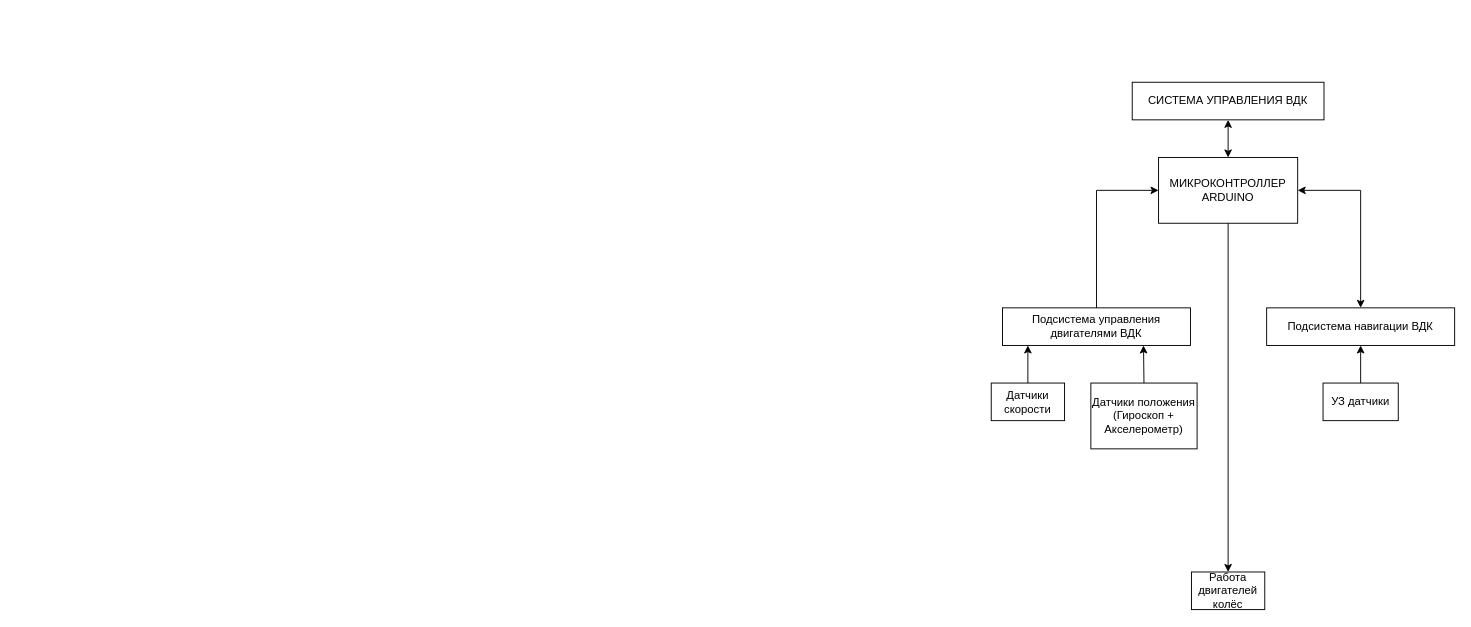
Above: Наработки/Структурная Схема.drawio in AlexRussellGit/VKR---Russell-Alexander (draw.io), before the change. Source tidied: cells renumbered, new cells numbered last; positions are measured from the earlier drawing's top-left corner, leaving out a move shared by most shapes. Both pictures are drawn from the tidied source at 94%, with x=0, y=0 at pixel (991, 82).
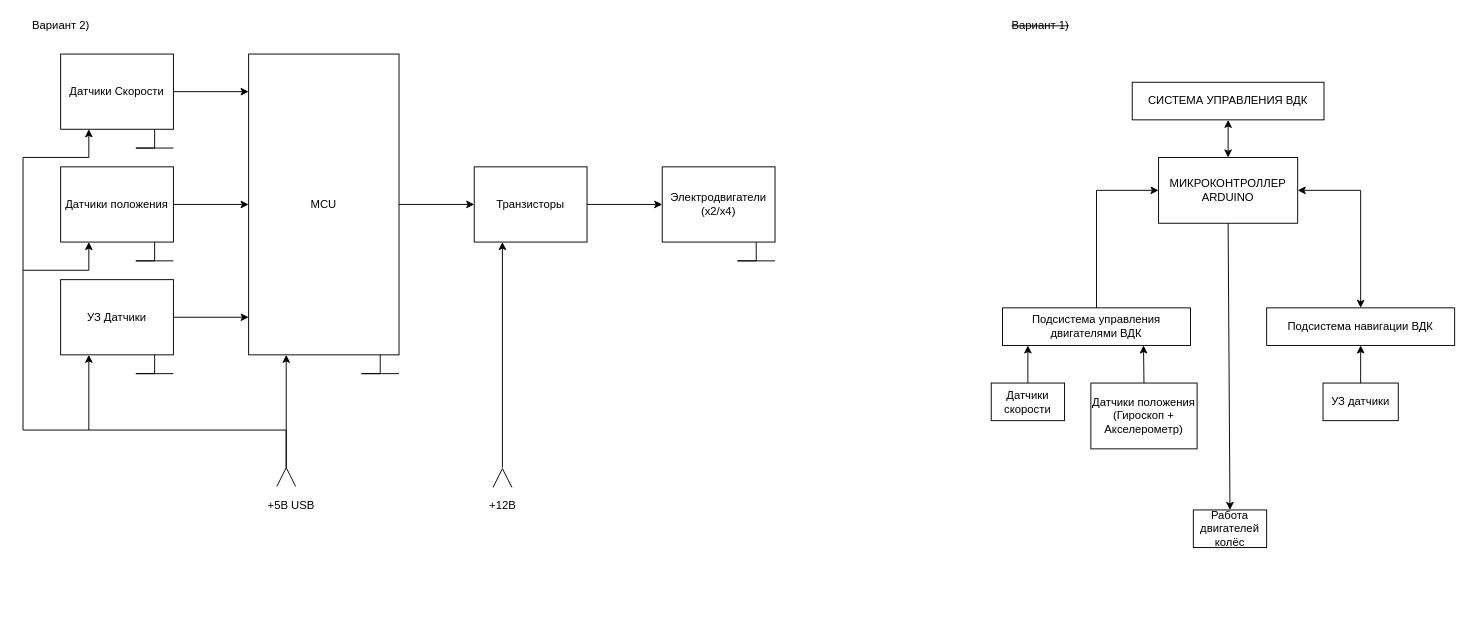
Above is the later version.

What changed in the source:
```diff
@@
     <mxCell id="9" value="Работа двигателей колёс" style="rounded=0;whiteSpace=wrap;html=1;" parent="1" vertex="1">
-      <mxGeometry x="213" y="521" width="78" height="40" as="geometry" />
+      <mxGeometry x="215" y="455" width="78" height="40" as="geometry" />
     </mxCell>
@@
+    <mxCell id="17" value="MCU" style="rounded=0;whiteSpace=wrap;html=1;" parent="1" vertex="1">
+      <mxGeometry x="-790" y="-30" width="160" height="320" as="geometry" />
+    </mxCell>
+    <mxCell id="18" value="Датчики Скорости" style="rounded=0;whiteSpace=wrap;html=1;" parent="1" vertex="1">
+      <mxGeometry x="-990" y="-30" width="120" height="80" as="geometry" />
+    </mxCell>
+    <mxCell id="19" value="Датчики положения" style="rounded=0;whiteSpace=wrap;html=1;" parent="1" vertex="1">
+      <mxGeometry x="-990" y="90" width="120" height="80" as="geometry" />
+    </mxCell>
+    <mxCell id="20" value="УЗ Датчики" style="rounded=0;whiteSpace=wrap;html=1;" parent="1" vertex="1">
+      <mxGeometry x="-990" y="210" width="120" height="80" as="geometry" />
+    </mxCell>
+    <mxCell id="21" style="endArrow=classic;html=1;rounded=0;exitX=1;exitY=0.5;exitDx=0;exitDy=0;" parent="1" edge="1" source="18">
+      <mxGeometry relative="1" as="geometry">
+        <mxPoint x="-790" y="10" as="targetPoint" />
+      </mxGeometry>
+    </mxCell>
+    <mxCell id="22" style="endArrow=classic;html=1;rounded=0;exitX=1;exitY=0.5;exitDx=0;exitDy=0;entryX=0;entryY=0.5;entryDx=0;entryDy=0;" parent="1" edge="1" source="19" target="17">
+      <mxGeometry relative="1" as="geometry" />
+    </mxCell>
+    <mxCell id="23" style="endArrow=classic;html=1;rounded=0;exitX=1;exitY=0.5;exitDx=0;exitDy=0;" parent="1" edge="1" source="20">
+      <mxGeometry relative="1" as="geometry">
+        <mxPoint x="-790" y="250" as="targetPoint" />
+      </mxGeometry>
+    </mxCell>
+    <mxCell id="24" value="Транзисторы" style="rounded=0;whiteSpace=wrap;html=1;" parent="1" vertex="1">
+      <mxGeometry x="-550" y="90" width="120" height="80" as="geometry" />
+    </mxCell>
+    <mxCell id="25" style="endArrow=classic;html=1;rounded=0;entryX=0;entryY=0.5;entryDx=0;entryDy=0;exitX=1;exitY=0.5;exitDx=0;exitDy=0;" parent="1" edge="1" source="17" target="24">
+      <mxGeometry relative="1" as="geometry" />
+    </mxCell>
+    <mxCell id="26" value="Электродвигатели &lt;br&gt;(x2/x4)" style="rounded=0;whiteSpace=wrap;html=1;" parent="1" vertex="1">
+      <mxGeometry x="-350" y="90" width="120" height="80" as="geometry" />
+    </mxCell>
+    <mxCell id="27" style="endArrow=classic;html=1;rounded=0;entryX=0;entryY=0.5;entryDx=0;entryDy=0;exitX=1;exitY=0.5;exitDx=0;exitDy=0;" parent="1" edge="1" source="24" target="26">
+      <mxGeometry relative="1" as="geometry" />
+    </mxCell>
+    <mxCell id="28" style="endArrow=none;html=1;rounded=0;entryX=0.25;entryY=1;entryDx=0;entryDy=0;" parent="1" edge="1">
+      <mxGeometry relative="1" as="geometry">
+        <mxPoint x="-870" y="190" as="sourcePoint" />
+        <mxPoint x="-890" y="170" as="targetPoint" />
+        <Array as="points">
+          <mxPoint x="-910" y="190" />
+          <mxPoint x="-890" y="190" />
+        </Array>
+      </mxGeometry>
+    </mxCell>
+    <mxCell id="29" style="endArrow=none;html=1;rounded=0;entryX=0.25;entryY=1;entryDx=0;entryDy=0;" parent="1" edge="1">
+      <mxGeometry relative="1" as="geometry">
+        <mxPoint x="-870" y="310" as="sourcePoint" />
+        <mxPoint x="-890" y="290" as="targetPoint" />
+        <Array as="points">
+          <mxPoint x="-910" y="310" />
+          <mxPoint x="-890" y="310" />
+        </Array>
+      </mxGeometry>
+    </mxCell>
+    <mxCell id="30" style="endArrow=none;html=1;rounded=0;entryX=0.25;entryY=1;entryDx=0;entryDy=0;" parent="1" edge="1">
+      <mxGeometry relative="1" as="geometry">
+        <mxPoint x="-870" y="70" as="sourcePoint" />
+        <mxPoint x="-890" y="50" as="targetPoint" />
+        <Array as="points">
+          <mxPoint x="-910" y="70" />
+          <mxPoint x="-890" y="70" />
+        </Array>
+      </mxGeometry>
+    </mxCell>
+    <mxCell id="31" style="endArrow=none;html=1;rounded=0;entryX=0.25;entryY=1;entryDx=0;entryDy=0;" parent="1" edge="1">
+      <mxGeometry relative="1" as="geometry">
+        <mxPoint x="-630" y="310" as="sourcePoint" />
+        <mxPoint x="-650" y="290" as="targetPoint" />
+        <Array as="points">
+          <mxPoint x="-670" y="310" />
+          <mxPoint x="-650" y="310" />
+        </Array>
+      </mxGeometry>
+    </mxCell>
+    <mxCell id="32" style="endArrow=none;html=1;rounded=0;entryX=0.25;entryY=1;entryDx=0;entryDy=0;" parent="1" edge="1">
+      <mxGeometry relative="1" as="geometry">
+        <mxPoint x="-230" y="190" as="sourcePoint" />
+        <mxPoint x="-250" y="170" as="targetPoint" />
+        <Array as="points">
+          <mxPoint x="-270" y="190" />
+          <mxPoint x="-250" y="190" />
+        </Array>
+      </mxGeometry>
+    </mxCell>
+    <mxCell id="33" style="endArrow=classic;html=1;rounded=0;entryX=0.25;entryY=1;entryDx=0;entryDy=0;" parent="1" edge="1" target="20">
+      <mxGeometry relative="1" as="geometry">
+        <mxPoint x="-750" y="410" as="sourcePoint" />
+        <Array as="points">
+          <mxPoint x="-750" y="370" />
+          <mxPoint x="-960" y="370" />
+        </Array>
+      </mxGeometry>
+    </mxCell>
+    <mxCell id="34" style="endArrow=classic;html=1;rounded=0;entryX=0.25;entryY=1;entryDx=0;entryDy=0;" parent="1" edge="1" target="19">
+      <mxGeometry relative="1" as="geometry">
+        <mxPoint x="-960" y="370" as="sourcePoint" />
+        <Array as="points">
+          <mxPoint x="-1030" y="370" />
+          <mxPoint x="-1030" y="200" />
+          <mxPoint x="-960" y="200" />
+        </Array>
+      </mxGeometry>
+    </mxCell>
+    <mxCell id="35" style="endArrow=classic;html=1;rounded=0;entryX=0.25;entryY=1;entryDx=0;entryDy=0;" parent="1" edge="1">
+      <mxGeometry relative="1" as="geometry">
+        <mxPoint x="-1030" y="200" as="sourcePoint" />
+        <mxPoint x="-960" y="50" as="targetPoint" />
+        <Array as="points">
+          <mxPoint x="-1030" y="200" />
+          <mxPoint x="-1030" y="80" />
+          <mxPoint x="-960" y="80" />
+        </Array>
+      </mxGeometry>
+    </mxCell>
+    <mxCell id="36" style="endArrow=classic;html=1;rounded=0;entryX=0.25;entryY=1;entryDx=0;entryDy=0;" parent="1" edge="1" target="17">
+      <mxGeometry relative="1" as="geometry">
+        <mxPoint x="-750" y="410" as="sourcePoint" />
+      </mxGeometry>
+    </mxCell>
+    <mxCell id="37" style="endArrow=none;html=1;rounded=0;" parent="1" edge="1">
+      <mxGeometry relative="1" as="geometry">
+        <mxPoint x="-760" y="430" as="sourcePoint" />
+        <mxPoint x="-740" y="430" as="targetPoint" />
+        <Array as="points">
+          <mxPoint x="-750" y="410" />
+        </Array>
+      </mxGeometry>
+    </mxCell>
+    <mxCell id="38" value="+5В USB" style="text;html=1;align=center;verticalAlign=middle;strokeColor=none;fillColor=none;" parent="1" vertex="1">
+      <mxGeometry x="-780" y="440" width="70" height="20" as="geometry" />
+    </mxCell>
+    <mxCell id="39" value="+12В" style="text;html=1;align=center;verticalAlign=middle;strokeColor=none;fillColor=none;" parent="1" vertex="1">
+      <mxGeometry x="-540" y="440" width="40" height="20" as="geometry" />
+    </mxCell>
+    <mxCell id="40" style="endArrow=none;html=1;rounded=0;" parent="1" edge="1">
+      <mxGeometry relative="1" as="geometry">
+        <mxPoint x="-530" y="431" as="sourcePoint" />
+        <mxPoint x="-510" y="431" as="targetPoint" />
+        <Array as="points">
+          <mxPoint x="-520" y="411" />
+        </Array>
+      </mxGeometry>
+    </mxCell>
+    <mxCell id="41" style="endArrow=classic;html=1;rounded=0;entryX=0.25;entryY=1;entryDx=0;entryDy=0;" parent="1" edge="1" target="24">
+      <mxGeometry relative="1" as="geometry">
+        <mxPoint x="-520" y="410" as="sourcePoint" />
+      </mxGeometry>
+    </mxCell>
+    <mxCell id="42" value="Вариант 2)" style="text;html=1;align=center;verticalAlign=middle;strokeColor=none;fillColor=none;" parent="1" vertex="1">
+      <mxGeometry x="-1030" y="-70" width="80" height="20" as="geometry" />
+    </mxCell>
+    <mxCell id="43" value="&lt;strike&gt;Вариант 1)&lt;/strike&gt;" style="text;html=1;align=center;verticalAlign=middle;strokeColor=none;fillColor=none;" parent="1" vertex="1">
+      <mxGeometry x="12" y="-70" width="80" height="20" as="geometry" />
+    </mxCell>
```
